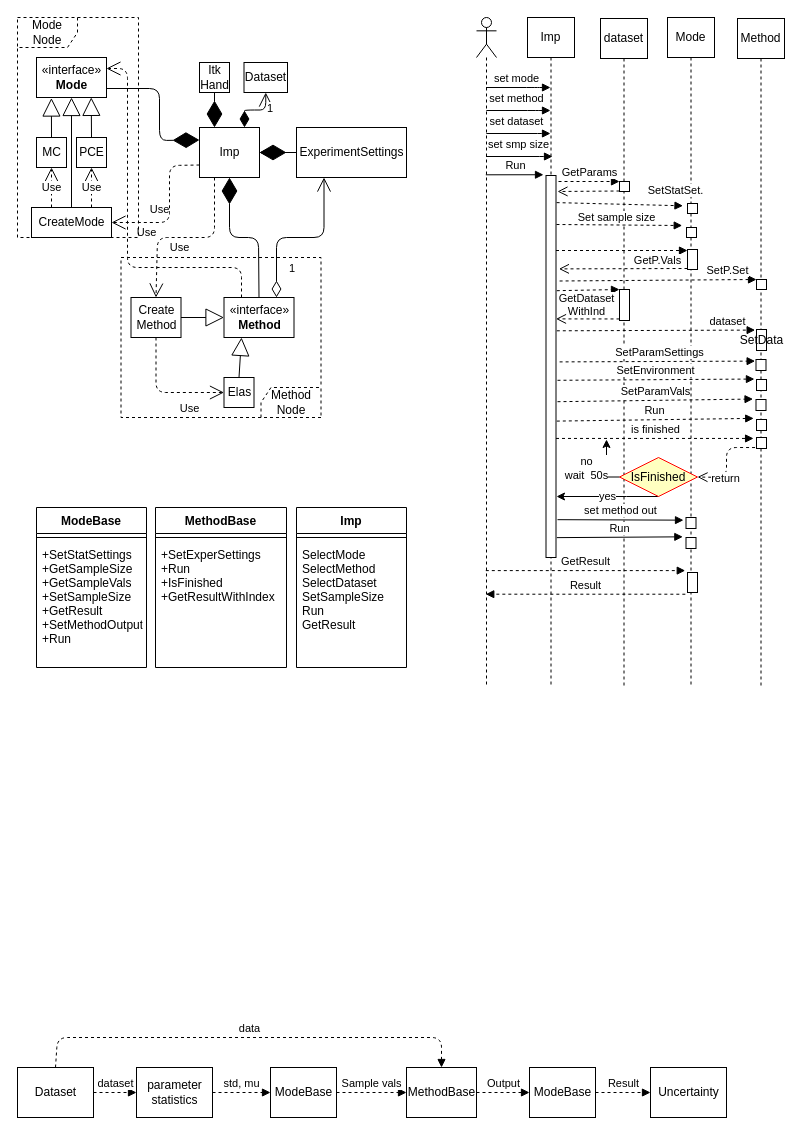
gokhangg/Uncertainix keeps this draw.io diagram as page "Uncertainix" (1 of 3) of Documents/Uncertainix.drawio. Above is the earlier version. Source tidied: cells renumbered, new cells numbered last; positions are measured from the earlier drawing's top-left corner, leaving out a move shared by most shapes. Both pictures are drawn from the tidied source at 100%, with x=0, y=0 at pixel (17, 17).
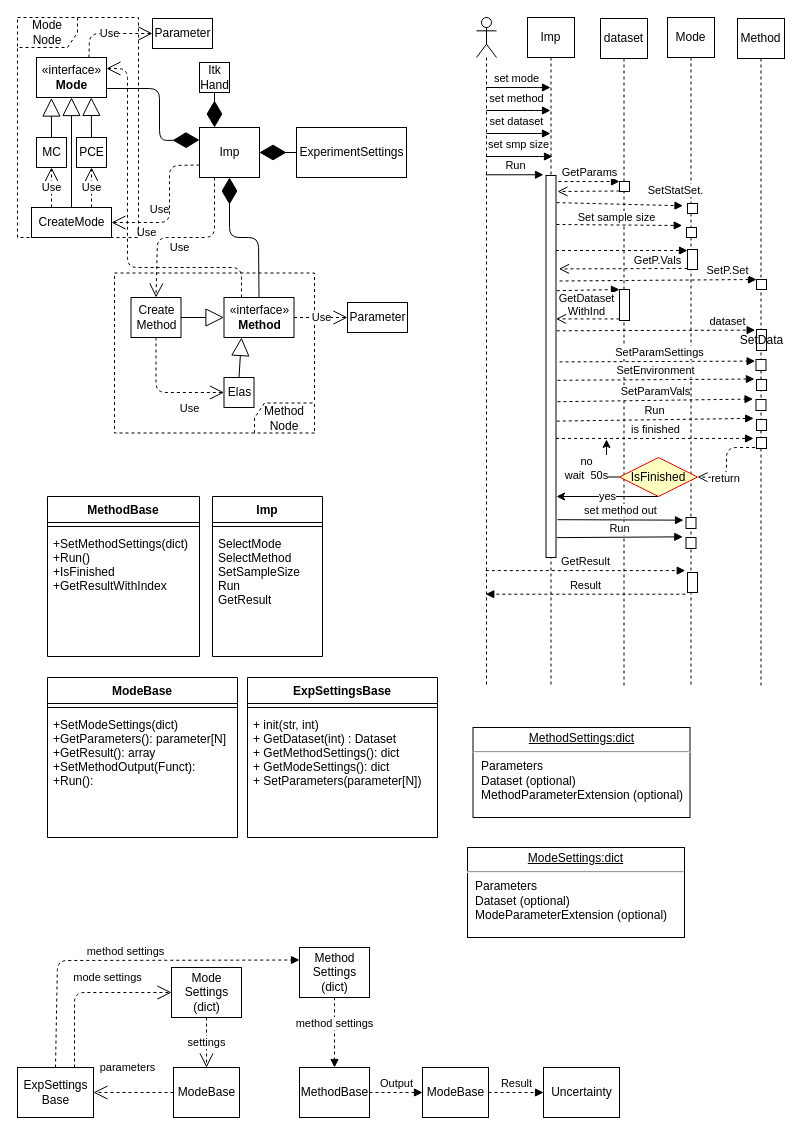
After the change.

The change refers to these unchanged cells:
```xml
<mxCell id="10" value="Imp" style="html=1;" parent="1" vertex="1">
  <mxGeometry x="182" y="110" width="60" height="50" as="geometry" />
</mxCell>
<mxCell id="13" value="«interface»&lt;br&gt;&lt;b&gt;Method&lt;/b&gt;" style="html=1;" parent="1" vertex="1">
  <mxGeometry x="206.5" y="280" width="70" height="40" as="geometry" />
</mxCell>
<mxCell id="38" value="«interface»&lt;br&gt;&lt;b&gt;Mode&lt;/b&gt;" style="html=1;" parent="1" vertex="1">
  <mxGeometry x="19" y="40" width="70" height="40" as="geometry" />
</mxCell>
<mxCell id="40" value="ExperimentSettings" style="html=1;" parent="1" vertex="1">
  <mxGeometry x="279" y="110" width="110" height="50" as="geometry" />
</mxCell>
```

The edit, as a diff of the source:
```diff
@@
     <mxCell id="2" value="Method&lt;br&gt;Node" style="shape=umlFrame;whiteSpace=wrap;html=1;dashed=1;direction=west;" parent="1" vertex="1">
-      <mxGeometry x="103.5" y="240" width="200" height="160" as="geometry" />
+      <mxGeometry x="97" y="255.5" width="200" height="160" as="geometry" />
     </mxCell>
@@
     <mxCell id="26" value="ModeBase" style="html=1;" parent="1" vertex="1">
-      <mxGeometry x="253" y="1050" width="66" height="50" as="geometry" />
+      <mxGeometry x="156" y="1050" width="66" height="50" as="geometry" />
     </mxCell>
-    <mxCell id="27" value="parameter&lt;br&gt;statistics" style="html=1;" parent="1" vertex="1">
-      <mxGeometry x="119" y="1050" width="76" height="50" as="geometry" />
-    </mxCell>
-    <mxCell id="28" value="std, mu" style="html=1;verticalAlign=bottom;endArrow=block;exitX=1;exitY=0.5;exitDx=0;exitDy=0;entryX=0;entryY=0.5;entryDx=0;entryDy=0;dashed=1;" parent="1" edge="1" source="27" target="26">
-      <mxGeometry relative="1" as="geometry" />
-    </mxCell>
     <mxCell id="29" value="MethodBase" style="html=1;" parent="1" vertex="1">
-      <mxGeometry x="389" y="1050" width="70" height="50" as="geometry" />
+      <mxGeometry x="282" y="1050" width="70" height="50" as="geometry" />
     </mxCell>
-    <mxCell id="30" value="Sample vals" style="html=1;verticalAlign=bottom;endArrow=block;dashed=1;exitX=1;exitY=0.5;exitDx=0;exitDy=0;entryX=0;entryY=0.5;entryDx=0;entryDy=0;" parent="1" edge="1" source="26" target="29">
-      <mxGeometry relative="1" as="geometry" />
-    </mxCell>
     <mxCell id="31" value="ModeBase" style="html=1;" parent="1" vertex="1">
-      <mxGeometry x="512" y="1050" width="66" height="50" as="geometry" />
+      <mxGeometry x="405" y="1050" width="66" height="50" as="geometry" />
     </mxCell>
@@
     <mxCell id="33" value="Uncertainty" style="html=1;" parent="1" vertex="1">
-      <mxGeometry x="633" y="1050" width="76" height="50" as="geometry" />
+      <mxGeometry x="526" y="1050" width="76" height="50" as="geometry" />
     </mxCell>
@@
-    <mxCell id="35" value="Dataset" style="html=1;" parent="1" vertex="1">
+    <mxCell id="35" value="ExpSettings&lt;br&gt;Base" style="html=1;" parent="1" vertex="1">
       <mxGeometry y="1050" width="76" height="50" as="geometry" />
     </mxCell>
-    <mxCell id="36" value="dataset" style="html=1;verticalAlign=bottom;endArrow=block;dashed=1;exitX=1;exitY=0.5;exitDx=0;exitDy=0;entryX=0;entryY=0.5;entryDx=0;entryDy=0;" parent="1" edge="1" source="35" target="27">
-      <mxGeometry relative="1" as="geometry" />
-    </mxCell>
-    <mxCell id="37" value="data" style="html=1;verticalAlign=bottom;endArrow=block;dashed=1;exitX=0.5;exitY=0;exitDx=0;exitDy=0;entryX=0.5;entryY=0;entryDx=0;entryDy=0;" parent="1" edge="1" source="35" target="29">
+    <mxCell id="37" value="method settings" style="html=1;verticalAlign=bottom;endArrow=block;dashed=1;exitX=0.5;exitY=0;exitDx=0;exitDy=0;entryX=0;entryY=0.25;entryDx=0;entryDy=0;" parent="1" edge="1" source="35" target="104">
       <mxGeometry relative="1" as="geometry">
         <Array as="points">
-          <mxPoint x="40" y="1020" />
-          <mxPoint x="424" y="1020" />
+          <mxPoint x="40" y="943" />
         </Array>
       </mxGeometry>
     </mxCell>
@@
-    <mxCell id="42" value="1" style="endArrow=open;html=1;endSize=12;startArrow=diamondThin;startSize=14;startFill=0;edgeStyle=orthogonalEdgeStyle;align=left;verticalAlign=bottom;exitX=0.75;exitY=0;exitDx=0;exitDy=0;entryX=0.25;entryY=1;entryDx=0;entryDy=0;" parent="1" edge="1" source="13" target="40">
-      <mxGeometry x="-0.15" y="-40" relative="1" as="geometry" />
-    </mxCell>
@@
-    <mxCell id="92" value="ModeBase" style="swimlane;fontStyle=1;align=center;verticalAlign=top;horizontal=1;startSize=26;" parent="1" vertex="1">
-      <mxGeometry x="19" y="490" width="110" height="160" as="geometry" />
-    </mxCell>
-    <mxCell id="93" style="line;strokeWidth=1;fillColor=none;align=left;verticalAlign=middle;spacingTop=-1;spacingLeft=3;spacingRight=3;labelPosition=right;" parent="92" vertex="1">
-      <mxGeometry y="26" width="110" height="8" as="geometry" />
-    </mxCell>
-    <mxCell id="94" value="+SetStatSettings&#10;+GetSampleSize&#10;+GetSampleVals&#10;+SetSampleSize&#10;+GetResult&#10;+SetMethodOutput&#10;+Run" style="text;strokeColor=none;fillColor=none;align=left;verticalAlign=top;spacingLeft=4;spacingRight=4;overflow=hidden;" parent="92" vertex="1">
-      <mxGeometry y="34" width="110" height="126" as="geometry" />
-    </mxCell>
+    <mxCell id="103" value="method settings" style="html=1;verticalAlign=bottom;endArrow=block;entryX=0.5;entryY=0;entryDx=0;entryDy=0;dashed=1;exitX=0.5;exitY=1;exitDx=0;exitDy=0;" parent="1" edge="1" source="104" target="29">
+      <mxGeometry relative="1" as="geometry">
+        <Array as="points">
+          <mxPoint x="317" y="985" />
+        </Array>
+      </mxGeometry>
+    </mxCell>
+    <mxCell id="104" value="Method&lt;br&gt;Settings&lt;br&gt;(dict)" style="html=1;" parent="1" vertex="1">
+      <mxGeometry x="282" y="930" width="70" height="50" as="geometry" />
+    </mxCell>
+    <mxCell id="105" value="Parameter" style="html=1;" parent="1" vertex="1">
+      <mxGeometry x="330" y="285" width="60" height="30" as="geometry" />
+    </mxCell>
+    <mxCell id="106" value="&lt;p style=&quot;margin: 0px ; margin-top: 4px ; text-align: center ; text-decoration: underline&quot;&gt;MethodSettings:dict&lt;br&gt;&lt;/p&gt;&lt;hr&gt;&lt;p style=&quot;margin: 0px ; margin-left: 8px&quot;&gt;Parameters&lt;br&gt;Dataset (optional)&lt;br&gt;MethodParameterExtension (optional)&lt;/p&gt;" style="verticalAlign=top;align=left;overflow=fill;fontSize=12;fontFamily=Helvetica;html=1;" parent="1" vertex="1">
+      <mxGeometry x="455.5" y="710" width="217" height="90" as="geometry" />
+    </mxCell>
+    <mxCell id="107" value="Parameter" style="html=1;" parent="1" vertex="1">
+      <mxGeometry x="135" y="1" width="60" height="30" as="geometry" />
+    </mxCell>
+    <mxCell id="108" value="Use" style="endArrow=open;endSize=12;dashed=1;html=1;entryX=0;entryY=0.5;entryDx=0;entryDy=0;exitX=0.75;exitY=0;exitDx=0;exitDy=0;" parent="1" edge="1" source="38" target="107">
+      <mxGeometry relative="1" as="geometry">
+        <Array as="points">
+          <mxPoint x="72" y="16" />
+        </Array>
+      </mxGeometry>
+    </mxCell>
+    <mxCell id="109" value="Use" style="endArrow=open;endSize=12;dashed=1;html=1;exitX=1;exitY=0.5;exitDx=0;exitDy=0;" parent="1" edge="1" source="13">
+      <mxGeometry relative="1" as="geometry">
+        <mxPoint x="330" y="300" as="targetPoint" />
+      </mxGeometry>
+    </mxCell>
     <mxCell id="95" value="MethodBase" style="swimlane;fontStyle=1;align=center;verticalAlign=top;horizontal=1;startSize=26;" parent="1" vertex="1">
-      <mxGeometry x="138" y="490" width="131" height="160" as="geometry" />
+      <mxGeometry x="30" y="479" width="152" height="160" as="geometry" />
     </mxCell>
     <mxCell id="96" style="line;strokeWidth=1;fillColor=none;align=left;verticalAlign=middle;spacingTop=-1;spacingLeft=3;spacingRight=3;labelPosition=right;" parent="95" vertex="1">
-      <mxGeometry y="26" width="131" height="8" as="geometry" />
+      <mxGeometry y="26" width="152" height="8" as="geometry" />
     </mxCell>
-    <mxCell id="97" value="+SetExperSettings&#10;+Run&#10;+IsFinished&#10;+GetResultWithIndex" style="text;strokeColor=none;fillColor=none;align=left;verticalAlign=top;spacingLeft=4;spacingRight=4;overflow=hidden;" parent="95" vertex="1">
-      <mxGeometry y="34" width="131" height="126" as="geometry" />
+    <mxCell id="97" value="+SetMethodSettings(dict)&#10;+Run()&#10;+IsFinished&#10;+GetResultWithIndex" style="text;strokeColor=none;fillColor=none;align=left;verticalAlign=top;spacingLeft=4;spacingRight=4;overflow=hidden;" parent="95" vertex="1">
+      <mxGeometry y="34" width="152" height="126" as="geometry" />
     </mxCell>
     <mxCell id="98" value="Imp" style="swimlane;fontStyle=1;align=center;verticalAlign=top;horizontal=1;startSize=26;" parent="1" vertex="1">
-      <mxGeometry x="279" y="490" width="110" height="160" as="geometry" />
+      <mxGeometry x="195" y="479" width="110" height="160" as="geometry" />
     </mxCell>
@@
-    <mxCell id="100" value="SelectMode&#10;SelectMethod&#10;SelectDataset&#10;SetSampleSize&#10;Run&#10;GetResult" style="text;strokeColor=none;fillColor=none;align=left;verticalAlign=top;spacingLeft=4;spacingRight=4;overflow=hidden;" parent="98" vertex="1">
+    <mxCell id="100" value="SelectMode&#10;SelectMethod&#10;SetSampleSize&#10;Run&#10;GetResult" style="text;strokeColor=none;fillColor=none;align=left;verticalAlign=top;spacingLeft=4;spacingRight=4;overflow=hidden;" parent="98" vertex="1">
       <mxGeometry y="34" width="110" height="126" as="geometry" />
     </mxCell>
-    <mxCell id="101" value="Dataset" style="html=1;" parent="1" vertex="1">
-      <mxGeometry x="226.5" y="45" width="43.5" height="30" as="geometry" />
-    </mxCell>
-    <mxCell id="102" value="1" style="endArrow=open;html=1;endSize=12;startArrow=diamondThin;startSize=14;startFill=1;edgeStyle=orthogonalEdgeStyle;align=left;verticalAlign=bottom;exitX=0.75;exitY=0;exitDx=0;exitDy=0;entryX=0.5;entryY=1;entryDx=0;entryDy=0;" parent="1" edge="1" source="10" target="101">
-      <mxGeometry x="0.38" y="-7" relative="1" as="geometry">
-        <mxPoint x="-7" y="8" as="offset" />
-      </mxGeometry>
-    </mxCell>
+    <mxCell id="92" value="ModeBase" style="swimlane;fontStyle=1;align=center;verticalAlign=top;horizontal=1;startSize=26;" parent="1" vertex="1">
+      <mxGeometry x="30" y="660" width="190" height="160" as="geometry" />
+    </mxCell>
+    <mxCell id="93" style="line;strokeWidth=1;fillColor=none;align=left;verticalAlign=middle;spacingTop=-1;spacingLeft=3;spacingRight=3;labelPosition=right;" parent="92" vertex="1">
+      <mxGeometry y="26" width="190" height="8" as="geometry" />
+    </mxCell>
+    <mxCell id="94" value="+SetModeSettings(dict)&#10;+GetParameters(): parameter[N]&#10;+GetResult(): array&#10;+SetMethodOutput(Funct):&#10;+Run():" style="text;strokeColor=none;fillColor=none;align=left;verticalAlign=top;spacingLeft=4;spacingRight=4;overflow=hidden;" parent="92" vertex="1">
+      <mxGeometry y="34" width="190" height="126" as="geometry" />
+    </mxCell>
+    <mxCell id="110" value="&lt;p style=&quot;margin: 0px ; margin-top: 4px ; text-align: center ; text-decoration: underline&quot;&gt;ModeSettings:dict&lt;br&gt;&lt;/p&gt;&lt;hr&gt;&lt;p style=&quot;margin: 0px ; margin-left: 8px&quot;&gt;Parameters&lt;br&gt;Dataset (optional)&lt;br&gt;ModeParameterExtension (optional)&lt;/p&gt;" style="verticalAlign=top;align=left;overflow=fill;fontSize=12;fontFamily=Helvetica;html=1;" parent="1" vertex="1">
+      <mxGeometry x="450" y="830" width="217" height="90" as="geometry" />
+    </mxCell>
+    <mxCell id="111" value="Mode&lt;br&gt;Settings&lt;br&gt;(dict)" style="html=1;" parent="1" vertex="1">
+      <mxGeometry x="154" y="950" width="70" height="50" as="geometry" />
+    </mxCell>
+    <mxCell id="112" value="mode settings" style="endArrow=open;endSize=12;dashed=1;html=1;exitX=0.75;exitY=0;exitDx=0;exitDy=0;entryX=0;entryY=0.5;entryDx=0;entryDy=0;" parent="1" edge="1" source="35" target="111">
+      <mxGeometry x="-0.13" y="-36" relative="1" as="geometry">
+        <Array as="points">
+          <mxPoint x="57" y="975" />
+        </Array>
+        <mxPoint x="33" y="-51" as="offset" />
+      </mxGeometry>
+    </mxCell>
+    <mxCell id="113" value="settings" style="endArrow=open;endSize=12;dashed=1;html=1;exitX=0.5;exitY=1;exitDx=0;exitDy=0;entryX=0.5;entryY=0;entryDx=0;entryDy=0;" parent="1" edge="1" source="111" target="26">
+      <mxGeometry relative="1" as="geometry" />
+    </mxCell>
+    <mxCell id="114" value="parameters" style="endArrow=open;endSize=12;dashed=1;html=1;exitX=0;exitY=0.5;exitDx=0;exitDy=0;entryX=1;entryY=0.5;entryDx=0;entryDy=0;" parent="1" edge="1" source="26" target="35">
+      <mxGeometry x="0.15" y="-25" relative="1" as="geometry" />
+    </mxCell>
+    <mxCell id="115" value="ExpSettingsBase" style="swimlane;fontStyle=1;align=center;verticalAlign=top;horizontal=1;startSize=26;" parent="1" vertex="1">
+      <mxGeometry x="230" y="660" width="190" height="160" as="geometry" />
+    </mxCell>
+    <mxCell id="116" style="line;strokeWidth=1;fillColor=none;align=left;verticalAlign=middle;spacingTop=-1;spacingLeft=3;spacingRight=3;labelPosition=right;" parent="115" vertex="1">
+      <mxGeometry y="26" width="190" height="8" as="geometry" />
+    </mxCell>
+    <mxCell id="117" value="+ init(str, int)&#10;+ GetDataset(int) : Dataset&#10;+ GetMethodSettings(): dict&#10;+ GetModeSettings(): dict&#10;+ SetParameters(parameter[N])" style="text;strokeColor=none;fillColor=none;align=left;verticalAlign=top;spacingLeft=4;spacingRight=4;overflow=hidden;" parent="115" vertex="1">
+      <mxGeometry y="34" width="190" height="126" as="geometry" />
+    </mxCell>
```
